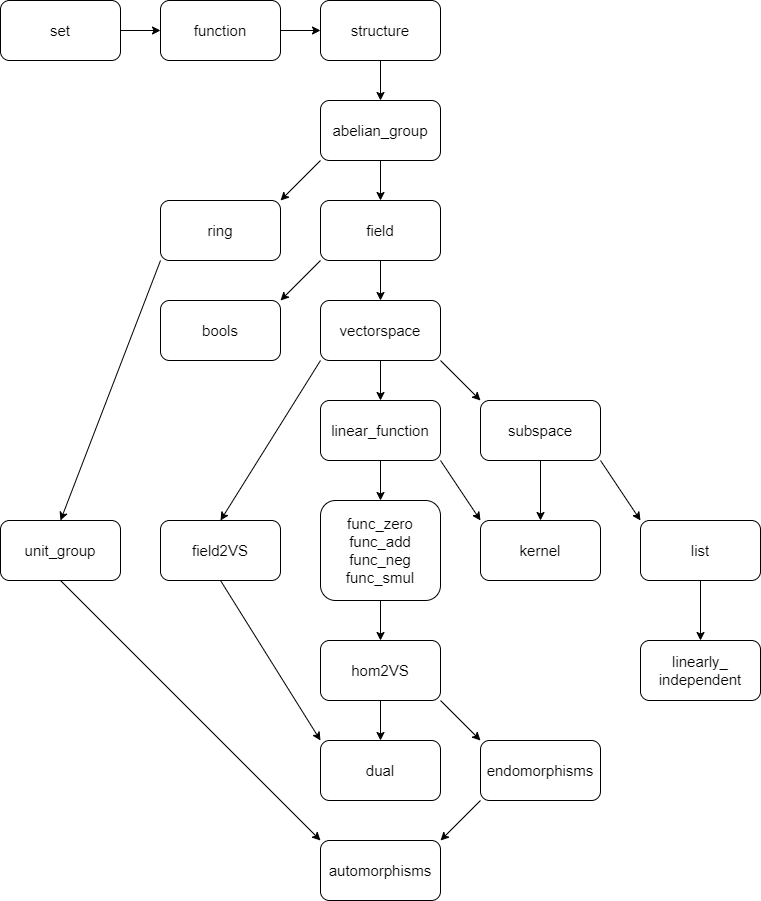
Earlier version of the draw.io export data_structuring.png (Felix-Thiele/Lin-Algebra-Formalization-FTL). Source tidied: cells renumbered, new cells last; positions are measured from the earlier drawing's top-left corner, leaving out a move shared by most shapes.
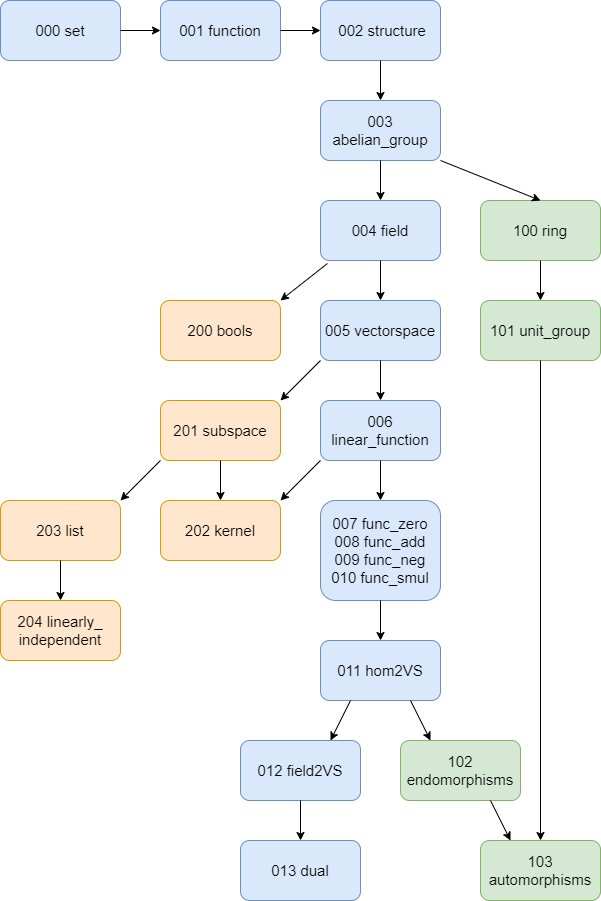
The same file after the commit.

Diff of the diagram source:
```diff
@@ -2,13 +2,13 @@
   <root>
     <mxCell id="0" />
     <mxCell id="1" parent="0" />
-    <mxCell id="2" value="set" style="rounded=1;whiteSpace=wrap;html=1;fontSize=15;" parent="1" vertex="1">
+    <mxCell id="2" value="000 set" style="rounded=1;whiteSpace=wrap;html=1;fontSize=15;fillColor=#dae8fc;strokeColor=#6c8ebf;" parent="1" vertex="1">
       <mxGeometry width="120" height="60" as="geometry" />
     </mxCell>
-    <mxCell id="3" value="function" style="rounded=1;whiteSpace=wrap;html=1;fontSize=15;" parent="1" vertex="1">
+    <mxCell id="3" value="001 function" style="rounded=1;whiteSpace=wrap;html=1;fontSize=15;fillColor=#dae8fc;strokeColor=#6c8ebf;" parent="1" vertex="1">
       <mxGeometry x="160" width="120" height="60" as="geometry" />
     </mxCell>
-    <mxCell id="4" value="structure" style="rounded=1;whiteSpace=wrap;html=1;fontSize=15;" parent="1" vertex="1">
+    <mxCell id="4" value="&amp;nbsp;002 structure" style="rounded=1;whiteSpace=wrap;html=1;fontSize=15;fillColor=#dae8fc;strokeColor=#6c8ebf;" parent="1" vertex="1">
       <mxGeometry x="320" width="120" height="60" as="geometry" />
     </mxCell>
     <mxCell id="5" style="endArrow=classic;html=1;fontSize=15;exitX=1;exitY=0.5;exitDx=0;exitDy=0;entryX=0;entryY=0.5;entryDx=0;entryDy=0;" parent="1" edge="1" source="2" target="3">
@@ -17,13 +17,13 @@
     <mxCell id="6" style="endArrow=classic;html=1;fontSize=15;exitX=1;exitY=0.5;exitDx=0;exitDy=0;entryX=0;entryY=0.5;entryDx=0;entryDy=0;" parent="1" edge="1" source="3" target="4">
       <mxGeometry relative="1" as="geometry" />
     </mxCell>
-    <mxCell id="7" value="abelian_group" style="rounded=1;whiteSpace=wrap;html=1;fontSize=15;" parent="1" vertex="1">
+    <mxCell id="7" value="003 abelian_group" style="rounded=1;whiteSpace=wrap;html=1;fontSize=15;fillColor=#dae8fc;strokeColor=#6c8ebf;" parent="1" vertex="1">
       <mxGeometry x="320" y="100" width="120" height="60" as="geometry" />
     </mxCell>
-    <mxCell id="8" value="field" style="rounded=1;whiteSpace=wrap;html=1;fontSize=15;" parent="1" vertex="1">
+    <mxCell id="8" value="004 field" style="rounded=1;whiteSpace=wrap;html=1;fontSize=15;fillColor=#dae8fc;strokeColor=#6c8ebf;" parent="1" vertex="1">
       <mxGeometry x="320" y="200" width="120" height="60" as="geometry" />
     </mxCell>
-    <mxCell id="9" value="vectorspace" style="rounded=1;whiteSpace=wrap;html=1;fontSize=15;" parent="1" vertex="1">
+    <mxCell id="9" value="005 vectorspace" style="rounded=1;whiteSpace=wrap;html=1;fontSize=15;fillColor=#dae8fc;strokeColor=#6c8ebf;" parent="1" vertex="1">
       <mxGeometry x="320" y="300" width="120" height="60" as="geometry" />
     </mxCell>
     <mxCell id="10" style="endArrow=classic;html=1;fontSize=15;exitX=0.5;exitY=1;exitDx=0;exitDy=0;entryX=0.5;entryY=0;entryDx=0;entryDy=0;" parent="1" edge="1" source="7" target="8">
@@ -35,13 +35,13 @@
     <mxCell id="12" style="endArrow=classic;html=1;fontSize=15;exitX=0.5;exitY=1;exitDx=0;exitDy=0;" parent="1" edge="1" source="4" target="7">
       <mxGeometry relative="1" as="geometry" />
     </mxCell>
-    <mxCell id="13" value="linear_function" style="rounded=1;whiteSpace=wrap;html=1;fontSize=15;" parent="1" vertex="1">
+    <mxCell id="13" value="006 linear_function" style="rounded=1;whiteSpace=wrap;html=1;fontSize=15;fillColor=#dae8fc;strokeColor=#6c8ebf;" parent="1" vertex="1">
       <mxGeometry x="320" y="400" width="120" height="60" as="geometry" />
     </mxCell>
-    <mxCell id="14" value="func_zero&lt;br style=&quot;font-size: 15px;&quot;&gt;func_add&lt;br style=&quot;font-size: 15px;&quot;&gt;func_neg&lt;br style=&quot;font-size: 15px;&quot;&gt;func_smul" style="rounded=1;whiteSpace=wrap;html=1;fontSize=15;" parent="1" vertex="1">
+    <mxCell id="14" value="007 func_zero&lt;br style=&quot;font-size: 15px&quot;&gt;008 func_add&lt;br style=&quot;font-size: 15px&quot;&gt;009 func_neg&lt;br style=&quot;font-size: 15px&quot;&gt;010 func_smul" style="rounded=1;whiteSpace=wrap;html=1;fontSize=15;fillColor=#dae8fc;strokeColor=#6c8ebf;" parent="1" vertex="1">
       <mxGeometry x="320" y="500" width="120" height="100" as="geometry" />
     </mxCell>
-    <mxCell id="15" value="hom2VS" style="rounded=1;whiteSpace=wrap;html=1;fontSize=15;" parent="1" vertex="1">
+    <mxCell id="15" value="011 hom2VS" style="rounded=1;whiteSpace=wrap;html=1;fontSize=15;fillColor=#dae8fc;strokeColor=#6c8ebf;" parent="1" vertex="1">
       <mxGeometry x="320" y="640" width="120" height="60" as="geometry" />
     </mxCell>
     <mxCell id="16" style="endArrow=classic;html=1;fontSize=15;exitX=0.5;exitY=1;exitDx=0;exitDy=0;entryX=0.5;entryY=0;entryDx=0;entryDy=0;" parent="1" edge="1" source="13" target="14">
@@ -50,82 +50,79 @@
     <mxCell id="17" style="endArrow=classic;html=1;fontSize=15;exitX=0.5;exitY=1;exitDx=0;exitDy=0;entryX=0.5;entryY=0;entryDx=0;entryDy=0;" parent="1" edge="1" source="14" target="15">
       <mxGeometry relative="1" as="geometry" />
     </mxCell>
-    <mxCell id="18" value="dual" style="rounded=1;whiteSpace=wrap;html=1;fontSize=15;" parent="1" vertex="1">
-      <mxGeometry x="320" y="740" width="120" height="60" as="geometry" />
+    <mxCell id="18" value="013 dual" style="rounded=1;whiteSpace=wrap;html=1;fontSize=15;fillColor=#dae8fc;strokeColor=#6c8ebf;" parent="1" vertex="1">
+      <mxGeometry x="240" y="840" width="120" height="60" as="geometry" />
     </mxCell>
-    <mxCell id="19" style="endArrow=classic;html=1;fontSize=15;exitX=0.5;exitY=1;exitDx=0;exitDy=0;" parent="1" edge="1" source="15" target="18">
-      <mxGeometry relative="1" as="geometry" />
-    </mxCell>
     <mxCell id="20" style="endArrow=classic;html=1;fontSize=15;exitX=0.5;exitY=1;exitDx=0;exitDy=0;entryX=0.5;entryY=0;entryDx=0;entryDy=0;" parent="1" edge="1" source="9" target="13">
       <mxGeometry relative="1" as="geometry" />
     </mxCell>
-    <mxCell id="21" value="ring" style="rounded=1;whiteSpace=wrap;html=1;fontSize=15;" parent="1" vertex="1">
-      <mxGeometry x="160" y="200" width="120" height="60" as="geometry" />
+    <mxCell id="21" value="100 ring" style="rounded=1;whiteSpace=wrap;html=1;fontSize=15;fillColor=#d5e8d4;strokeColor=#82b366;" parent="1" vertex="1">
+      <mxGeometry x="480" y="200" width="120" height="60" as="geometry" />
     </mxCell>
-    <mxCell id="22" style="endArrow=classic;html=1;fontSize=15;exitX=0;exitY=1;exitDx=0;exitDy=0;entryX=1;entryY=0;entryDx=0;entryDy=0;" parent="1" edge="1" source="7" target="21">
+    <mxCell id="22" style="endArrow=classic;html=1;fontSize=15;exitX=1;exitY=1;exitDx=0;exitDy=0;entryX=0.5;entryY=0;entryDx=0;entryDy=0;" parent="1" edge="1" source="7" target="21">
       <mxGeometry relative="1" as="geometry" />
     </mxCell>
-    <mxCell id="23" value="field2VS" style="rounded=1;whiteSpace=wrap;html=1;fontSize=15;" parent="1" vertex="1">
-      <mxGeometry x="160" y="520" width="120" height="60" as="geometry" />
+    <mxCell id="23" value="012 field2VS" style="rounded=1;whiteSpace=wrap;html=1;fontSize=15;fillColor=#dae8fc;strokeColor=#6c8ebf;" parent="1" vertex="1">
+      <mxGeometry x="240" y="740" width="120" height="60" as="geometry" />
     </mxCell>
-    <mxCell id="24" style="endArrow=classic;html=1;fontSize=15;exitX=0;exitY=1;exitDx=0;exitDy=0;entryX=0.5;entryY=0;entryDx=0;entryDy=0;" parent="1" edge="1" source="9" target="23">
+    <mxCell id="24" style="endArrow=classic;html=1;fontSize=15;exitX=0.25;exitY=1;exitDx=0;exitDy=0;entryX=0.75;entryY=0;entryDx=0;entryDy=0;" parent="1" edge="1" source="15" target="23">
       <mxGeometry relative="1" as="geometry" />
     </mxCell>
-    <mxCell id="25" style="endArrow=classic;html=1;fontSize=15;entryX=0;entryY=0;entryDx=0;entryDy=0;exitX=0.5;exitY=1;exitDx=0;exitDy=0;" parent="1" edge="1" source="23" target="18">
+    <mxCell id="25" style="endArrow=classic;html=1;fontSize=15;exitX=0.5;exitY=1;exitDx=0;exitDy=0;entryX=0.5;entryY=0;entryDx=0;entryDy=0;" parent="1" edge="1" source="23" target="18">
       <mxGeometry relative="1" as="geometry" />
     </mxCell>
-    <mxCell id="26" value="bools" style="rounded=1;whiteSpace=wrap;html=1;fontSize=15;" parent="1" vertex="1">
+    <mxCell id="26" value="200 bools" style="rounded=1;whiteSpace=wrap;html=1;fontSize=15;fillColor=#ffe6cc;strokeColor=#d79b00;" parent="1" vertex="1">
       <mxGeometry x="160" y="300" width="120" height="60" as="geometry" />
     </mxCell>
-    <mxCell id="27" style="endArrow=classic;html=1;fontSize=15;exitX=0;exitY=1;exitDx=0;exitDy=0;entryX=1;entryY=0;entryDx=0;entryDy=0;" parent="1" edge="1" source="8" target="26">
+    <mxCell id="27" style="endArrow=classic;html=1;fontSize=15;exitX=0.058;exitY=1.05;exitDx=0;exitDy=0;entryX=1;entryY=0;entryDx=0;entryDy=0;exitPerimeter=0;" parent="1" edge="1" source="8" target="26">
       <mxGeometry relative="1" as="geometry" />
     </mxCell>
-    <mxCell id="28" value="unit_group" style="rounded=1;whiteSpace=wrap;html=1;fontSize=15;" parent="1" vertex="1">
-      <mxGeometry y="520" width="120" height="60" as="geometry" />
+    <mxCell id="28" value="101 unit_group" style="rounded=1;whiteSpace=wrap;html=1;fontSize=15;fillColor=#d5e8d4;strokeColor=#82b366;" parent="1" vertex="1">
+      <mxGeometry x="480" y="300" width="120" height="60" as="geometry" />
     </mxCell>
-    <mxCell id="29" style="endArrow=classic;html=1;fontSize=15;exitX=0;exitY=1;exitDx=0;exitDy=0;entryX=0.5;entryY=0;entryDx=0;entryDy=0;" parent="1" edge="1" source="21" target="28">
+    <mxCell id="29" style="endArrow=classic;html=1;fontSize=15;exitX=0.5;exitY=1;exitDx=0;exitDy=0;entryX=0.5;entryY=0;entryDx=0;entryDy=0;" parent="1" edge="1" source="21" target="28">
       <mxGeometry relative="1" as="geometry" />
     </mxCell>
-    <mxCell id="30" value="endomorphisms" style="rounded=1;whiteSpace=wrap;html=1;fontSize=15;" parent="1" vertex="1">
-      <mxGeometry x="480" y="740" width="120" height="60" as="geometry" />
+    <mxCell id="30" value="102 endomorphisms" style="rounded=1;whiteSpace=wrap;html=1;fontSize=15;fillColor=#d5e8d4;strokeColor=#82b366;" parent="1" vertex="1">
+      <mxGeometry x="400" y="740" width="120" height="60" as="geometry" />
     </mxCell>
-    <mxCell id="31" style="endArrow=classic;html=1;fontSize=15;exitX=1;exitY=1;exitDx=0;exitDy=0;entryX=0;entryY=0;entryDx=0;entryDy=0;" parent="1" edge="1" source="15" target="30">
+    <mxCell id="31" style="endArrow=classic;html=1;fontSize=15;entryX=0.25;entryY=0;entryDx=0;entryDy=0;exitX=0.75;exitY=1;exitDx=0;exitDy=0;" parent="1" edge="1" source="15" target="30">
       <mxGeometry relative="1" as="geometry" />
     </mxCell>
-    <mxCell id="32" value="subspace" style="rounded=1;whiteSpace=wrap;html=1;fontSize=15;" parent="1" vertex="1">
-      <mxGeometry x="480" y="400" width="120" height="60" as="geometry" />
+    <mxCell id="32" value="201 subspace" style="rounded=1;whiteSpace=wrap;html=1;fontSize=15;fillColor=#ffe6cc;strokeColor=#d79b00;" parent="1" vertex="1">
+      <mxGeometry x="160" y="400" width="120" height="60" as="geometry" />
     </mxCell>
-    <mxCell id="33" style="endArrow=classic;html=1;fontSize=15;exitX=1;exitY=1;exitDx=0;exitDy=0;entryX=0;entryY=0;entryDx=0;entryDy=0;" parent="1" edge="1" source="9" target="32">
+    <mxCell id="33" style="endArrow=classic;html=1;fontSize=15;exitX=0;exitY=1;exitDx=0;exitDy=0;entryX=1;entryY=0;entryDx=0;entryDy=0;" parent="1" edge="1" source="9" target="32">
       <mxGeometry relative="1" as="geometry" />
     </mxCell>
-    <mxCell id="34" value="kernel" style="rounded=1;whiteSpace=wrap;html=1;fontSize=15;" parent="1" vertex="1">
-      <mxGeometry x="480" y="520" width="120" height="60" as="geometry" />
+    <mxCell id="34" value="202 kernel" style="rounded=1;whiteSpace=wrap;html=1;fontSize=15;fillColor=#ffe6cc;strokeColor=#d79b00;" parent="1" vertex="1">
+      <mxGeometry x="160" y="500" width="120" height="60" as="geometry" />
     </mxCell>
     <mxCell id="35" style="endArrow=classic;html=1;fontSize=15;exitX=0.5;exitY=1;exitDx=0;exitDy=0;entryX=0.5;entryY=0;entryDx=0;entryDy=0;" parent="1" edge="1" source="32" target="34">
       <mxGeometry relative="1" as="geometry" />
     </mxCell>
-    <mxCell id="36" style="endArrow=classic;html=1;fontSize=15;exitX=1;exitY=1;exitDx=0;exitDy=0;entryX=0;entryY=0;entryDx=0;entryDy=0;" parent="1" edge="1" source="13" target="34">
+    <mxCell id="36" style="endArrow=classic;html=1;fontSize=15;exitX=0;exitY=1;exitDx=0;exitDy=0;entryX=1;entryY=0;entryDx=0;entryDy=0;" parent="1" edge="1" source="13" target="34">
       <mxGeometry relative="1" as="geometry" />
     </mxCell>
-    <mxCell id="37" value="list" style="rounded=1;whiteSpace=wrap;html=1;fontSize=15;" parent="1" vertex="1">
-      <mxGeometry x="640" y="520" width="120" height="60" as="geometry" />
+    <mxCell id="37" value="203 list" style="rounded=1;whiteSpace=wrap;html=1;fontSize=15;fillColor=#ffe6cc;strokeColor=#d79b00;" parent="1" vertex="1">
+      <mxGeometry y="500" width="120" height="60" as="geometry" />
     </mxCell>
-    <mxCell id="38" style="endArrow=classic;html=1;fontSize=15;exitX=1;exitY=1;exitDx=0;exitDy=0;entryX=0;entryY=0;entryDx=0;entryDy=0;" parent="1" edge="1" source="32" target="37">
+    <mxCell id="38" style="endArrow=classic;html=1;fontSize=15;exitX=0;exitY=1;exitDx=0;exitDy=0;entryX=1;entryY=0;entryDx=0;entryDy=0;" parent="1" edge="1" source="32" target="37">
       <mxGeometry relative="1" as="geometry" />
     </mxCell>
-    <mxCell id="39" value="linearly_&lt;br&gt;independent" style="rounded=1;whiteSpace=wrap;html=1;fontSize=15;" parent="1" vertex="1">
-      <mxGeometry x="640" y="640" width="120" height="60" as="geometry" />
+    <mxCell id="39" value="204 linearly_&lt;br&gt;independent" style="rounded=1;whiteSpace=wrap;html=1;fontSize=15;fillColor=#ffe6cc;strokeColor=#d79b00;" parent="1" vertex="1">
+      <mxGeometry y="600" width="120" height="60" as="geometry" />
     </mxCell>
     <mxCell id="40" style="endArrow=classic;html=1;fontSize=15;exitX=0.5;exitY=1;exitDx=0;exitDy=0;entryX=0.5;entryY=0;entryDx=0;entryDy=0;" parent="1" edge="1" source="37" target="39">
       <mxGeometry relative="1" as="geometry" />
     </mxCell>
-    <mxCell id="41" value="automorphisms" style="rounded=1;whiteSpace=wrap;html=1;fontSize=15;" parent="1" vertex="1">
-      <mxGeometry x="320" y="840" width="120" height="60" as="geometry" />
+    <mxCell id="41" value="103 automorphisms" style="rounded=1;whiteSpace=wrap;html=1;fontSize=15;fillColor=#d5e8d4;strokeColor=#82b366;" parent="1" vertex="1">
+      <mxGeometry x="480" y="840" width="120" height="60" as="geometry" />
     </mxCell>
-    <mxCell id="42" style="endArrow=classic;html=1;fontSize=15;exitX=0.5;exitY=1;exitDx=0;exitDy=0;entryX=0;entryY=0;entryDx=0;entryDy=0;" parent="1" edge="1" source="28" target="41">
+    <mxCell id="42" style="endArrow=classic;html=1;fontSize=15;exitX=0.5;exitY=1;exitDx=0;exitDy=0;entryX=0.5;entryY=0;entryDx=0;entryDy=0;" parent="1" edge="1" source="28" target="41">
       <mxGeometry relative="1" as="geometry" />
     </mxCell>
-    <mxCell id="43" style="endArrow=classic;html=1;fontSize=15;exitX=0;exitY=1;exitDx=0;exitDy=0;entryX=1;entryY=0;entryDx=0;entryDy=0;" parent="1" edge="1" source="30" target="41">
+    <mxCell id="43" style="endArrow=classic;html=1;fontSize=15;exitX=0.75;exitY=1;exitDx=0;exitDy=0;entryX=0.25;entryY=0;entryDx=0;entryDy=0;" parent="1" edge="1" source="30" target="41">
       <mxGeometry relative="1" as="geometry" />
     </mxCell>
   </root>
```
